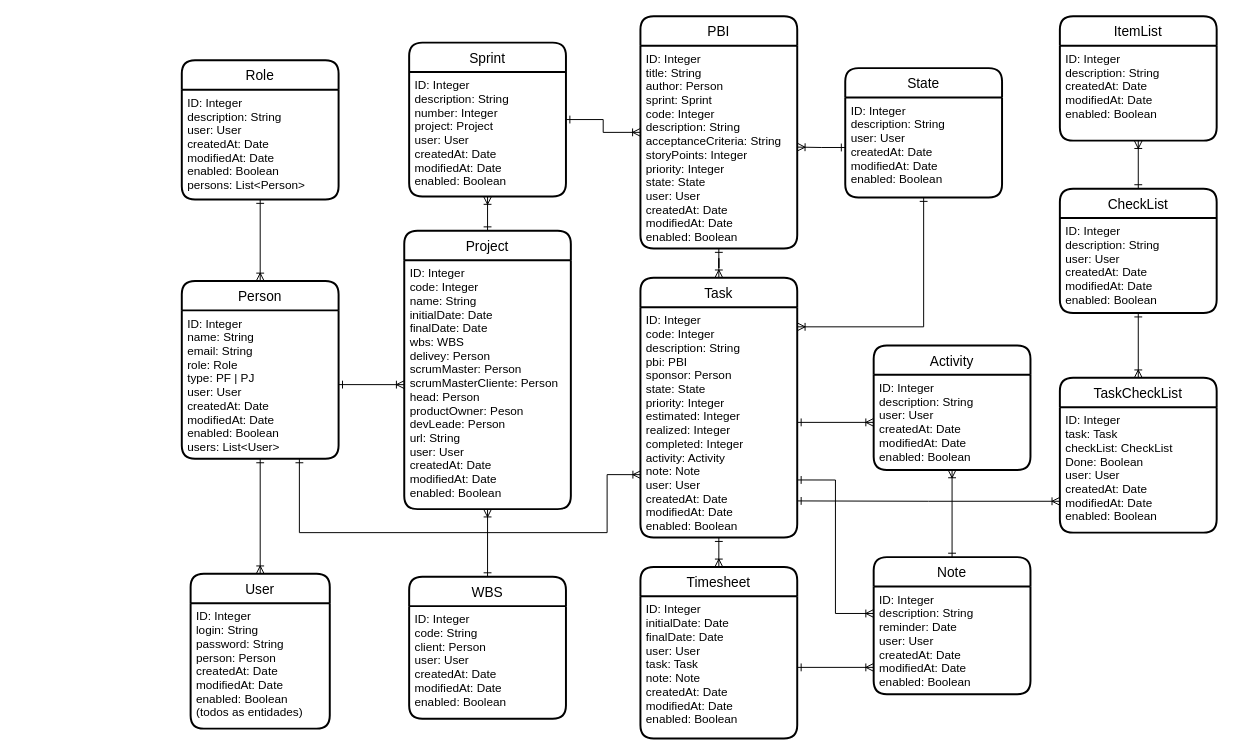
Above: modelo_dados.drawio in marcoscrocci/timesheet (draw.io), before the change. Source tidied: cells renumbered, new cells numbered last; positions are measured from the earlier drawing's top-left corner, leaving out a move shared by most shapes. Both pictures are drawn from the tidied source at 98%, with x=0, y=0 at pixel (181, 16).
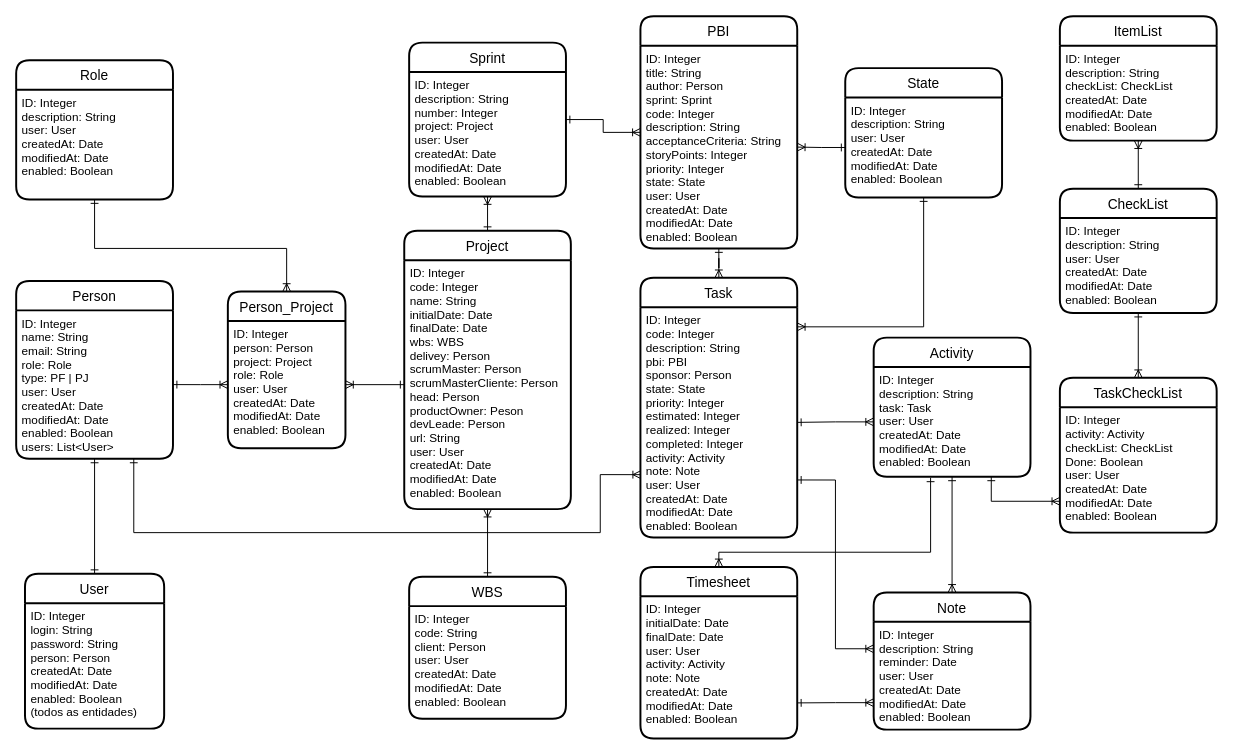
The same page after the edit.

Commit message:
feat(Model) Ajuste no desenho do modelo de dados

The change refers to these unchanged cells:
```xml
<mxCell id="4" value="ID: Integer&#10;code: Integer&#10;name: String&#10;initialDate: Date&#10;finalDate: Date&#10;wbs: WBS&#10;delivey: Person&#10;scrumMaster: Person&#10;scrumMasterCliente: Person&#10;head: Person&#10;productOwner: Peson&#10;devLeade: Person&#10;url: String&#10;user: User&#10;createdAt: Date&#10;modifiedAt: Date&#10;enabled: Boolean" style="align=left;strokeColor=none;fillColor=none;spacingLeft=4;fontSize=12;verticalAlign=top;" parent="3" vertex="1">
  <mxGeometry y="30" width="170" height="254" as="geometry" />
</mxCell>
<mxCell id="6" value="ID: Integer&#10;name: String&#10;email: String&#10;role: Role&#10;type: PF | PJ&#10;user: User&#10;createdAt: Date&#10;modifiedAt: Date&#10;enabled: Boolean&#10;users: List&lt;User&gt;" style="align=left;strokeColor=none;fillColor=none;spacingLeft=4;fontSize=12;verticalAlign=top;" parent="5" vertex="1">
  <mxGeometry y="30" width="160" height="151.5" as="geometry" />
</mxCell>
<mxCell id="12" value="ID: Integer&#10;code: Integer&#10;description: String&#10;pbi: PBI&#10;sponsor: Person&#10;state: State&#10;priority: Integer&#10;estimated: Integer&#10;realized: Integer&#10;completed: Integer&#10;activity: Activity&#10;note: Note&#10;user: User&#10;createdAt: Date&#10;modifiedAt: Date&#10;enabled: Boolean" style="align=left;strokeColor=none;fillColor=none;spacingLeft=4;fontSize=12;verticalAlign=top;" parent="11" vertex="1">
  <mxGeometry y="30" width="160" height="235" as="geometry" />
</mxCell>
<mxCell id="13" value="Timesheet" style="swimlane;horizontal=1;startSize=30;rounded=1;fontSize=14;fontStyle=0;strokeWidth=2;shadow=0;dashed=0;align=center;" parent="1" vertex="1">
  <mxGeometry x="468" y="562" width="160" height="175" as="geometry" />
</mxCell>
<mxCell id="30" value="ID: Integer&#10;description: String&#10;reminder: Date&#10;user: User&#10;createdAt: Date&#10;modifiedAt: Date&#10;enabled: Boolean" style="align=left;strokeColor=none;fillColor=none;spacingLeft=4;fontSize=12;verticalAlign=top;" parent="29" vertex="1">
  <mxGeometry y="30" width="160" height="110" as="geometry" />
</mxCell>
<mxCell id="43" value="ItemList" style="swimlane;horizontal=1;startSize=30;rounded=1;fontSize=14;fontStyle=0;strokeWidth=2;shadow=0;dashed=0;align=center;" parent="1" vertex="1">
  <mxGeometry x="896" y="0.1" width="160" height="126.9" as="geometry" />
</mxCell>
<mxCell id="46" value="TaskCheckList" style="swimlane;horizontal=1;startSize=30;rounded=1;fontSize=14;fontStyle=0;strokeWidth=2;shadow=0;dashed=0;align=center;" parent="1" vertex="1">
  <mxGeometry x="896" y="369" width="160" height="158" as="geometry" />
</mxCell>
```

The edit, as a diff of the source:
```diff
@@
     <mxCell id="5" value="Person" style="swimlane;horizontal=1;startSize=30;rounded=1;fontSize=14;fontStyle=0;strokeWidth=2;shadow=0;dashed=0;align=center;" parent="1" vertex="1">
-      <mxGeometry y="270.2" width="160" height="181.5" as="geometry" />
+      <mxGeometry x="-169" y="270.2" width="160" height="181.5" as="geometry" />
     </mxCell>
@@
-    <mxCell id="7" style="edgeStyle=orthogonalEdgeStyle;rounded=0;jettySize=auto;html=1;exitX=1;exitY=0.5;exitDx=0;exitDy=0;entryX=0;entryY=0.5;entryDx=0;entryDy=0;endArrow=ERoneToMany;endFill=0;startArrow=ERone;startFill=0;" parent="1" edge="1" source="6" target="4">
-      <mxGeometry relative="1" as="geometry" />
+    <mxCell id="7" style="edgeStyle=orthogonalEdgeStyle;rounded=0;jettySize=auto;html=1;exitX=1;exitY=0.5;exitDx=0;exitDy=0;endArrow=ERoneToMany;endFill=0;startArrow=ERone;startFill=0;" parent="1" edge="1" source="6">
+      <mxGeometry relative="1" as="geometry">
+        <mxPoint x="47" y="376" as="targetPoint" />
+      </mxGeometry>
     </mxCell>
@@
-    <mxCell id="14" value="ID: Integer&#10;initialDate: Date&#10;finalDate: Date&#10;user: User&#10;task: Task&#10;note: Note&#10;createdAt: Date&#10;modifiedAt: Date&#10;enabled: Boolean" style="align=left;strokeColor=none;fillColor=none;spacingLeft=4;fontSize=12;verticalAlign=top;" parent="13" vertex="1">
+    <mxCell id="14" value="ID: Integer&#10;initialDate: Date&#10;finalDate: Date&#10;user: User&#10;activity: Activity&#10;note: Note&#10;createdAt: Date&#10;modifiedAt: Date&#10;enabled: Boolean" style="align=left;strokeColor=none;fillColor=none;spacingLeft=4;fontSize=12;verticalAlign=top;" parent="13" vertex="1">
       <mxGeometry y="30" width="160" height="145" as="geometry" />
     </mxCell>
@@
     <mxCell id="18" value="Role" style="swimlane;horizontal=1;startSize=30;rounded=1;fontSize=14;fontStyle=0;strokeWidth=2;shadow=0;dashed=0;align=center;" parent="1" vertex="1">
-      <mxGeometry y="45" width="160" height="142" as="geometry" />
+      <mxGeometry x="-169" y="45" width="160" height="142" as="geometry" />
     </mxCell>
-    <mxCell id="19" value="ID: Integer&#10;description: String&#10;user: User&#10;createdAt: Date&#10;modifiedAt: Date&#10;enabled: Boolean&#10;persons: List&lt;Person&gt;" style="align=left;strokeColor=none;fillColor=none;spacingLeft=4;fontSize=12;verticalAlign=top;" parent="18" vertex="1">
+    <mxCell id="19" value="ID: Integer&#10;description: String&#10;user: User&#10;createdAt: Date&#10;modifiedAt: Date&#10;enabled: Boolean" style="align=left;strokeColor=none;fillColor=none;spacingLeft=4;fontSize=12;verticalAlign=top;" parent="18" vertex="1">
       <mxGeometry y="30" width="160" height="112" as="geometry" />
     </mxCell>
-    <mxCell id="20" style="edgeStyle=orthogonalEdgeStyle;rounded=0;jettySize=auto;html=1;exitX=0.5;exitY=1;exitDx=0;exitDy=0;startArrow=ERone;startFill=0;endArrow=ERoneToMany;endFill=0;" parent="1" edge="1" source="19" target="5">
-      <mxGeometry relative="1" as="geometry" />
+    <mxCell id="20" style="edgeStyle=orthogonalEdgeStyle;rounded=0;jettySize=auto;html=1;exitX=0.5;exitY=1;exitDx=0;exitDy=0;startArrow=ERone;startFill=0;endArrow=ERoneToMany;endFill=0;entryX=0.5;entryY=0;entryDx=0;entryDy=0;" parent="1" edge="1" source="19" target="50">
+      <mxGeometry relative="1" as="geometry">
+        <Array as="points">
+          <mxPoint x="-89" y="237" />
+          <mxPoint x="107" y="237" />
+        </Array>
+      </mxGeometry>
     </mxCell>
@@
     <mxCell id="25" value="Activity" style="swimlane;horizontal=1;startSize=30;rounded=1;fontSize=14;fontStyle=0;strokeWidth=2;shadow=0;dashed=0;align=center;" parent="1" vertex="1">
-      <mxGeometry x="706" y="336" width="160" height="127" as="geometry" />
+      <mxGeometry x="706" y="328" width="160" height="142" as="geometry" />
     </mxCell>
-    <mxCell id="26" value="ID: Integer&#10;description: String&#10;user: User&#10;createdAt: Date&#10;modifiedAt: Date&#10;enabled: Boolean" style="align=left;strokeColor=none;fillColor=none;spacingLeft=4;fontSize=12;verticalAlign=top;" parent="25" vertex="1">
-      <mxGeometry y="30" width="160" height="97" as="geometry" />
+    <mxCell id="26" value="ID: Integer&#10;description: String&#10;task: Task&#10;user: User&#10;createdAt: Date&#10;modifiedAt: Date&#10;enabled: Boolean" style="align=left;strokeColor=none;fillColor=none;spacingLeft=4;fontSize=12;verticalAlign=top;" parent="25" vertex="1">
+      <mxGeometry y="30" width="160" height="112" as="geometry" />
     </mxCell>
@@
-    <mxCell id="28" style="edgeStyle=orthogonalEdgeStyle;rounded=0;jettySize=auto;html=1;startArrow=ERone;startFill=0;endArrow=ERoneToMany;endFill=0;" parent="1" edge="1" source="29" target="26">
+    <mxCell id="28" style="edgeStyle=orthogonalEdgeStyle;rounded=0;jettySize=auto;html=1;startArrow=ERoneToMany;startFill=0;endArrow=ERone;endFill=0;" parent="1" edge="1" source="29" target="26">
       <mxGeometry relative="1" as="geometry" />
     </mxCell>
     <mxCell id="29" value="Note" style="swimlane;horizontal=1;startSize=30;rounded=1;fontSize=14;fontStyle=0;strokeWidth=2;shadow=0;dashed=0;align=center;" parent="1" vertex="1">
-      <mxGeometry x="706" y="552" width="160" height="140" as="geometry" />
+      <mxGeometry x="706" y="588" width="160" height="140" as="geometry" />
     </mxCell>
@@
-    <mxCell id="34" style="edgeStyle=orthogonalEdgeStyle;rounded=0;jettySize=auto;html=1;exitX=0;exitY=0.75;exitDx=0;exitDy=0;startArrow=ERoneToMany;startFill=0;endArrow=ERone;endFill=0;entryX=1;entryY=0.5;entryDx=0;entryDy=0;" parent="1" edge="1" source="30" target="14">
+    <mxCell id="34" style="edgeStyle=orthogonalEdgeStyle;rounded=0;jettySize=auto;html=1;exitX=0;exitY=0.75;exitDx=0;exitDy=0;startArrow=ERoneToMany;startFill=0;endArrow=ERone;endFill=0;entryX=1;entryY=0.75;entryDx=0;entryDy=0;" parent="1" edge="1" source="30" target="14">
       <mxGeometry relative="1" as="geometry" />
     </mxCell>
@@
     <mxCell id="36" value="User" style="swimlane;horizontal=1;startSize=30;rounded=1;fontSize=14;fontStyle=0;strokeWidth=2;shadow=0;dashed=0;align=center;" parent="1" vertex="1">
-      <mxGeometry x="9" y="569" width="142" height="158" as="geometry" />
+      <mxGeometry x="-160" y="569" width="142" height="158" as="geometry" />
     </mxCell>
@@
-    <mxCell id="38" style="edgeStyle=orthogonalEdgeStyle;rounded=0;jettySize=auto;html=1;exitX=0.5;exitY=1;exitDx=0;exitDy=0;entryX=0.5;entryY=0;entryDx=0;entryDy=0;startArrow=ERone;startFill=0;endArrow=ERoneToMany;endFill=0;" parent="1" edge="1" source="6" target="36">
+    <mxCell id="38" style="edgeStyle=orthogonalEdgeStyle;rounded=0;jettySize=auto;html=1;exitX=0.5;exitY=1;exitDx=0;exitDy=0;entryX=0.5;entryY=0;entryDx=0;entryDy=0;startArrow=ERone;startFill=0;endArrow=ERone;endFill=0;" parent="1" edge="1" source="6" target="36">
       <mxGeometry relative="1" as="geometry" />
     </mxCell>
     <mxCell id="39" style="edgeStyle=orthogonalEdgeStyle;rounded=0;jettySize=auto;html=1;exitX=0.75;exitY=1;exitDx=0;exitDy=0;entryX=0.002;entryY=0.727;entryDx=0;entryDy=0;startArrow=ERone;startFill=0;endArrow=ERoneToMany;endFill=0;entryPerimeter=0;" parent="1" edge="1" source="6" target="12">
       <mxGeometry relative="1" as="geometry">
         <Array as="points">
-          <mxPoint x="120" y="527" />
-          <mxPoint x="434" y="527" />
-          <mxPoint x="434" y="468" />
+          <mxPoint x="-49" y="527" />
+          <mxPoint x="427" y="527" />
+          <mxPoint x="427" y="468" />
         </Array>
       </mxGeometry>
     </mxCell>
-    <mxCell id="40" style="edgeStyle=orthogonalEdgeStyle;rounded=0;jettySize=auto;html=1;exitX=0.5;exitY=1;exitDx=0;exitDy=0;entryX=0.5;entryY=0;entryDx=0;entryDy=0;startArrow=ERone;startFill=0;endArrow=ERoneToMany;endFill=0;" parent="1" edge="1" source="12" target="13">
-      <mxGeometry relative="1" as="geometry" />
+    <mxCell id="40" style="edgeStyle=orthogonalEdgeStyle;rounded=0;jettySize=auto;html=1;exitX=0.363;exitY=1.009;exitDx=0;exitDy=0;entryX=0.5;entryY=0;entryDx=0;entryDy=0;startArrow=ERone;startFill=0;endArrow=ERoneToMany;endFill=0;exitPerimeter=0;" parent="1" edge="1" source="26" target="13">
+      <mxGeometry relative="1" as="geometry">
+        <Array as="points">
+          <mxPoint x="764" y="547" />
+          <mxPoint x="548" y="547" />
+        </Array>
+      </mxGeometry>
     </mxCell>
@@
-    <mxCell id="44" value="ID: Integer&#10;description: String&#10;createdAt: Date&#10;modifiedAt: Date&#10;enabled: Boolean" style="align=left;strokeColor=none;fillColor=none;spacingLeft=4;fontSize=12;verticalAlign=top;" parent="43" vertex="1">
+    <mxCell id="44" value="ID: Integer&#10;description: String&#10;checkList: CheckList&#10;createdAt: Date&#10;modifiedAt: Date&#10;enabled: Boolean" style="align=left;strokeColor=none;fillColor=none;spacingLeft=4;fontSize=12;verticalAlign=top;" parent="43" vertex="1">
       <mxGeometry y="30" width="160" height="96.9" as="geometry" />
     </mxCell>
@@
-    <mxCell id="47" value="ID: Integer&#10;task: Task&#10;checkList: CheckList&#10;Done: Boolean&#10;user: User&#10;createdAt: Date&#10;modifiedAt: Date&#10;enabled: Boolean" style="align=left;strokeColor=none;fillColor=none;spacingLeft=4;fontSize=12;verticalAlign=top;" parent="46" vertex="1">
+    <mxCell id="47" value="ID: Integer&#10;activity: Activity&#10;checkList: CheckList&#10;Done: Boolean&#10;user: User&#10;createdAt: Date&#10;modifiedAt: Date&#10;enabled: Boolean" style="align=left;strokeColor=none;fillColor=none;spacingLeft=4;fontSize=12;verticalAlign=top;" parent="46" vertex="1">
       <mxGeometry y="30" width="160" height="128" as="geometry" />
     </mxCell>
@@
-    <mxCell id="49" style="edgeStyle=orthogonalEdgeStyle;rounded=0;sketch=0;jettySize=auto;html=1;exitX=0;exitY=0.75;exitDx=0;exitDy=0;entryX=1;entryY=0.841;entryDx=0;entryDy=0;entryPerimeter=0;shadow=0;startArrow=ERoneToMany;startFill=0;endArrow=ERone;endFill=0;" parent="1" edge="1" source="47" target="12">
+    <mxCell id="49" style="edgeStyle=orthogonalEdgeStyle;rounded=0;sketch=0;jettySize=auto;html=1;exitX=0;exitY=0.75;exitDx=0;exitDy=0;entryX=0.75;entryY=1;entryDx=0;entryDy=0;shadow=0;startArrow=ERoneToMany;startFill=0;endArrow=ERone;endFill=0;" parent="1" edge="1" source="47" target="26">
       <mxGeometry relative="1" as="geometry" />
     </mxCell>
+    <mxCell id="50" value="Person_Project" style="swimlane;horizontal=1;startSize=30;rounded=1;fontSize=14;fontStyle=0;strokeWidth=2;shadow=0;dashed=0;align=center;" parent="1" vertex="1">
+      <mxGeometry x="47" y="281" width="120" height="160" as="geometry" />
+    </mxCell>
+    <mxCell id="51" value="ID: Integer&#10;person: Person&#10;project: Project&#10;role: Role&#10;user: User&#10;createdAt: Date&#10;modifiedAt: Date&#10;enabled: Boolean" style="align=left;strokeColor=none;fillColor=none;spacingLeft=4;fontSize=12;verticalAlign=top;" parent="50" vertex="1">
+      <mxGeometry y="30" width="120" height="130" as="geometry" />
+    </mxCell>
+    <mxCell id="52" style="edgeStyle=orthogonalEdgeStyle;rounded=0;jettySize=auto;html=1;exitX=0;exitY=0.5;exitDx=0;exitDy=0;entryX=1;entryY=0.5;entryDx=0;entryDy=0;endArrow=ERoneToMany;endFill=0;startArrow=ERone;startFill=0;" parent="1" edge="1" source="4" target="51">
+      <mxGeometry relative="1" as="geometry" />
+    </mxCell>
```
